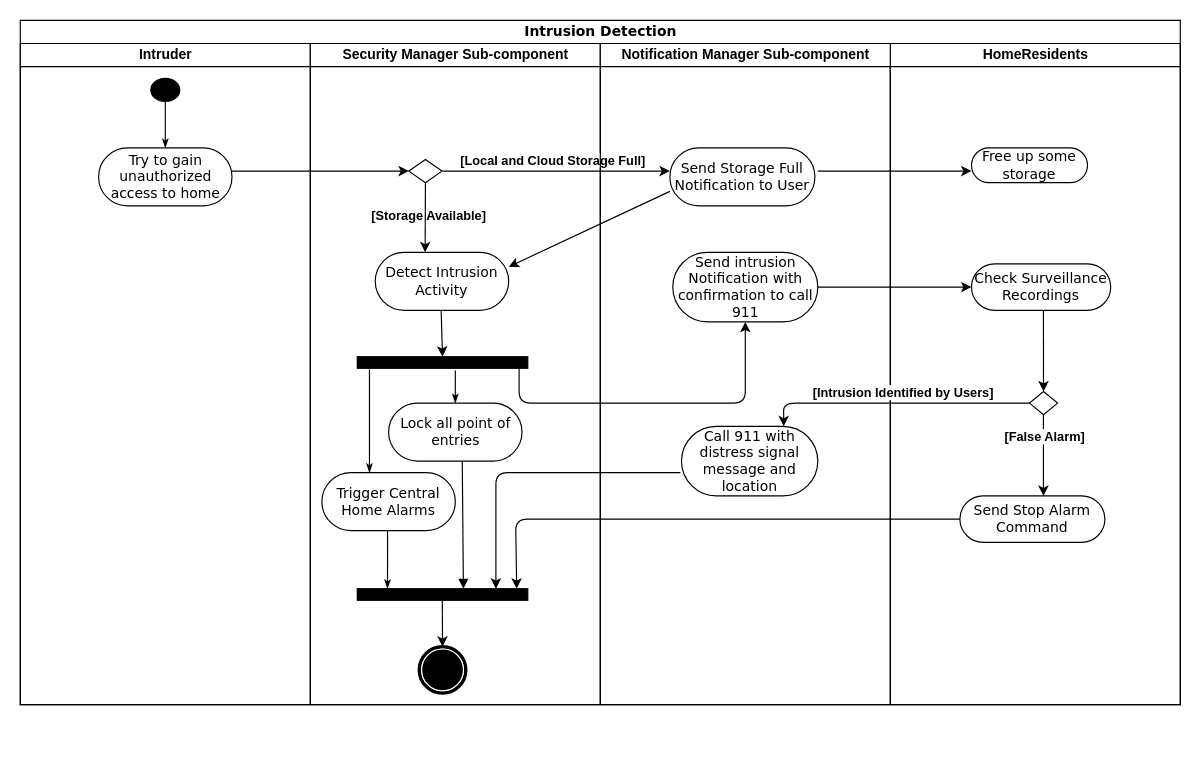
Earlier version of the draw.io diagram Deliverable-3/Apoorv/ActivityDiagramIntrusionDetection.drawio (sakibshuvo/SOEN-6481-SRS). Source tidied: cells renumbered, new cells numbered last; positions are measured from the earlier drawing's top-left corner, leaving out a move shared by most shapes. Both pictures are drawn from the tidied source at 116%, with x=0, y=0 at pixel (20, 20).
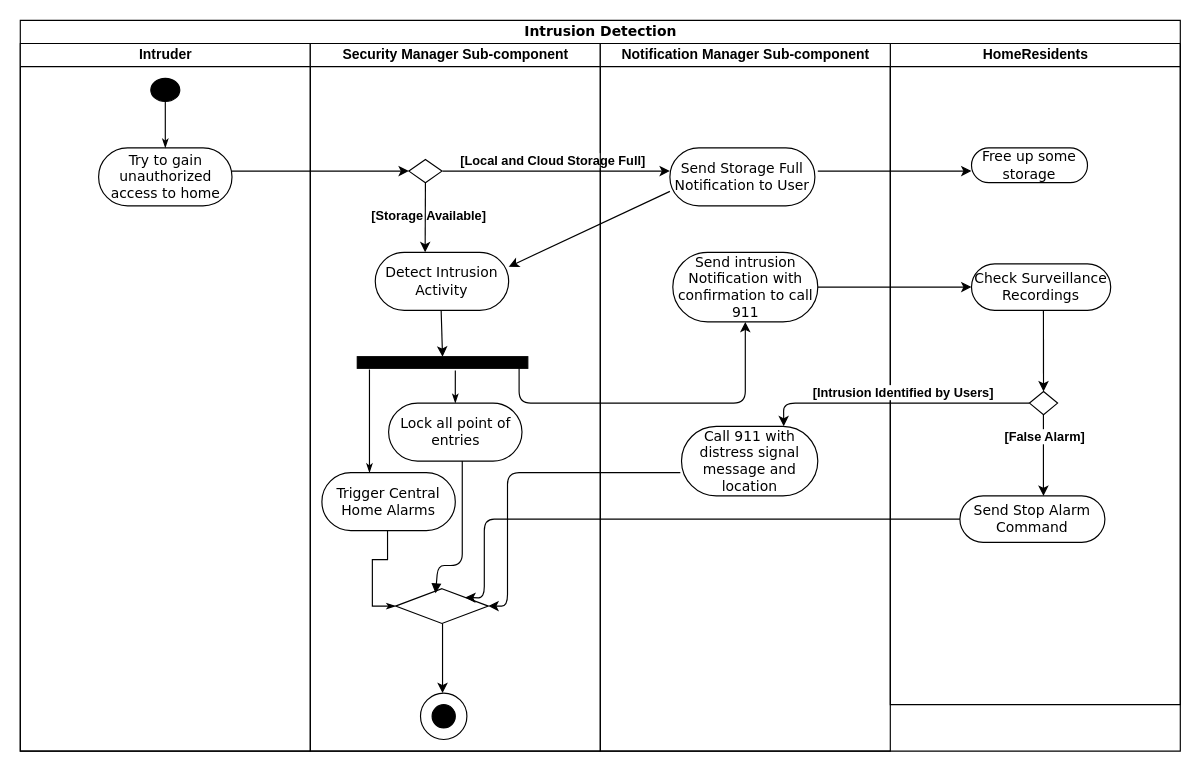
Above is the later version.

Unchanged cells that the change refers to:
```xml
<mxCell id="20" value="Trigger Central Home Alarms" style="rounded=1;whiteSpace=wrap;html=1;shadow=0;comic=0;labelBackgroundColor=none;strokeWidth=1;fontFamily=Verdana;fontSize=12;align=center;arcSize=50;" parent="16" vertex="1">
  <mxGeometry x="10" y="370" width="115" height="50" as="geometry" />
</mxCell>
```

Change to the diagram source:
```diff
@@
     <mxCell id="10" value="Intrusion Detection" style="swimlane;html=1;startSize=20;rounded=0;shadow=0;comic=0;labelBackgroundColor=none;strokeWidth=1;fontFamily=Verdana;fontSize=12;align=center;" parent="1" vertex="1">
-      <mxGeometry width="1000" height="590" as="geometry" />
+      <mxGeometry width="1000" height="630" as="geometry" />
     </mxCell>
     <mxCell id="11" value="Intruder" style="swimlane;html=1;startSize=20;" parent="10" vertex="1">
-      <mxGeometry y="20" width="250" height="570" as="geometry" />
+      <mxGeometry y="20" width="250" height="610" as="geometry" />
     </mxCell>
@@
     <mxCell id="16" value="Security Manager Sub-component" style="swimlane;html=1;startSize=20;" parent="10" vertex="1">
-      <mxGeometry x="250" y="20" width="250" height="570" as="geometry" />
+      <mxGeometry x="250" y="20" width="250" height="610" as="geometry" />
     </mxCell>
+    <mxCell id="50" style="ellipse;whiteSpace=wrap;html=1;" parent="16" vertex="1">
+      <mxGeometry x="95" y="560" width="40" height="40" as="geometry" />
+    </mxCell>
+    <mxCell id="51" style="ellipse;whiteSpace=wrap;html=1;fillColor=#000000;" parent="16" vertex="1">
+      <mxGeometry x="105" y="570" width="20" height="20" as="geometry" />
+    </mxCell>
@@
-    <mxCell id="19" style="edgeStyle=orthogonalEdgeStyle;rounded=0;html=1;labelBackgroundColor=none;startArrow=none;startFill=0;startSize=5;endArrow=classicThin;endFill=1;endSize=5;jettySize=auto;strokeWidth=1;fontFamily=Verdana;fontSize=12;exitX=0.492;exitY=1;exitDx=0;exitDy=0;exitPerimeter=0;" parent="16" edge="1" source="20">
-      <mxGeometry relative="1" as="geometry">
-        <mxPoint x="66.5" y="470" as="targetPoint" />
-      </mxGeometry>
+    <mxCell id="19" style="edgeStyle=orthogonalEdgeStyle;rounded=0;html=1;labelBackgroundColor=none;startArrow=none;startFill=0;startSize=5;endArrow=classicThin;endFill=1;endSize=5;jettySize=auto;strokeWidth=1;fontFamily=Verdana;fontSize=12;exitX=0.492;exitY=1;exitDx=0;exitDy=0;exitPerimeter=0;entryX=0;entryY=0.5;entryDx=0;entryDy=0;" parent="16" edge="1" source="20" target="52">
+      <mxGeometry relative="1" as="geometry" />
     </mxCell>
@@
-    <mxCell id="22" style="whiteSpace=wrap;html=1;rounded=0;shadow=0;comic=0;labelBackgroundColor=none;strokeWidth=1;fillColor=#000000;fontFamily=Verdana;fontSize=12;align=center;rotation=0;" parent="16" vertex="1">
-      <mxGeometry x="40.5" y="470" width="147" height="10" as="geometry" />
-    </mxCell>
+    <mxCell id="52" style="rhombus;whiteSpace=wrap;html=1;" parent="16" vertex="1">
+      <mxGeometry x="73.5" y="470" width="80" height="30" as="geometry" />
+    </mxCell>
@@
-    <mxCell id="34" style="endArrow=classic;html=1;exitX=0.5;exitY=1;exitDx=0;exitDy=0;entryX=0.5;entryY=0;entryDx=0;entryDy=0;" parent="16" edge="1" target="35">
+    <mxCell id="34" style="endArrow=classic;html=1;entryX=0.5;entryY=0;entryDx=0;entryDy=0;" parent="16" edge="1">
       <mxGeometry relative="1" as="geometry">
-        <mxPoint x="113.8" y="480" as="sourcePoint" />
+        <mxPoint x="114" y="500" as="sourcePoint" />
+        <mxPoint x="114" y="560" as="targetPoint" />
       </mxGeometry>
     </mxCell>
-    <mxCell id="35" style="shape=mxgraph.bpmn.shape;html=1;verticalLabelPosition=bottom;labelBackgroundColor=#ffffff;verticalAlign=top;perimeter=ellipsePerimeter;outline=end;symbol=terminate;rounded=0;shadow=0;comic=0;strokeWidth=1;fontFamily=Verdana;fontSize=12;align=center;" parent="16" vertex="1">
-      <mxGeometry x="94" y="520" width="40" height="40" as="geometry" />
-    </mxCell>
@@
-    <mxCell id="38" style="html=1;verticalAlign=bottom;endArrow=block;entryX=0.684;entryY=0;entryDx=0;entryDy=0;entryPerimeter=0;" parent="16" edge="1">
+    <mxCell id="38" style="html=1;verticalAlign=bottom;endArrow=block;" parent="16" edge="1">
       <mxGeometry relative="1" as="geometry">
         <mxPoint x="131" y="360" as="sourcePoint" />
-        <mxPoint x="132" y="470" as="targetPoint" />
+        <mxPoint x="108" y="474" as="targetPoint" />
+        <Array as="points">
+          <mxPoint x="131" y="450" />
+          <mxPoint x="110" y="450" />
+        </Array>
       </mxGeometry>
     </mxCell>
     <mxCell id="39" value="Notification Manager Sub-component" style="swimlane;html=1;startSize=20;" parent="10" vertex="1">
-      <mxGeometry x="500" y="20" width="250" height="570" as="geometry" />
+      <mxGeometry x="500" y="20" width="250" height="610" as="geometry" />
     </mxCell>
@@
-    <mxCell id="43" style="endArrow=classic;html=1;entryX=0.935;entryY=0;entryDx=0;entryDy=0;entryPerimeter=0;" parent="39" edge="1" target="22">
+    <mxCell id="43" style="endArrow=classic;html=1;entryX=1;entryY=0;entryDx=0;entryDy=0;" parent="39" edge="1" target="52">
       <mxGeometry relative="1" as="geometry">
         <mxPoint x="310" y="410" as="sourcePoint" />
         <Array as="points">
           <mxPoint x="-73" y="410" />
+          <mxPoint x="-100" y="410" />
+          <mxPoint x="-100" y="478" />
         </Array>
       </mxGeometry>
     </mxCell>
@@
-    <mxCell id="47" style="endArrow=classic;html=1;entryX=0.813;entryY=0;entryDx=0;entryDy=0;entryPerimeter=0;" parent="10" edge="1" target="22">
+    <mxCell id="47" style="endArrow=classic;html=1;entryX=1;entryY=0.5;entryDx=0;entryDy=0;" parent="10" edge="1" target="52">
       <mxGeometry relative="1" as="geometry">
         <mxPoint x="569" y="390" as="sourcePoint" />
         <Array as="points">
-          <mxPoint x="410" y="390" />
+          <mxPoint x="420" y="390" />
+          <mxPoint x="420" y="505" />
         </Array>
       </mxGeometry>
     </mxCell>
```
